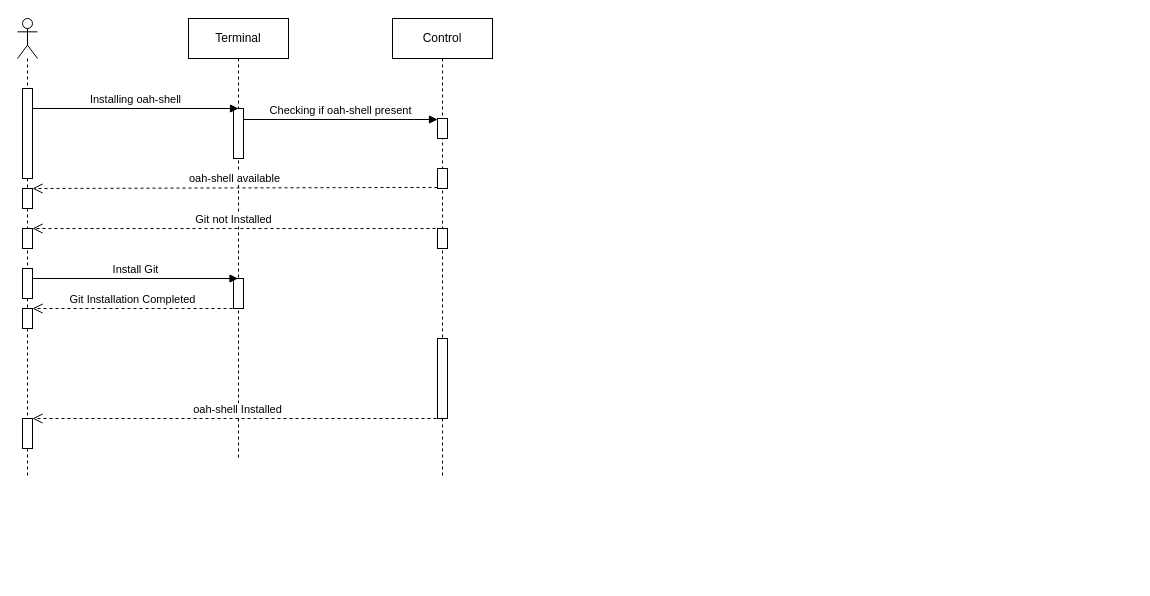
pramit-d/oah-bes-vm keeps this draw.io diagram as docs/sequence_diagram.drawio. Above is the earlier version. Source tidied: cells renumbered, new cells numbered last; positions are measured from the earlier drawing's top-left corner, leaving out a move shared by most shapes. Both pictures are drawn from the tidied source at 100%, with x=0, y=0 at pixel (17, 18).
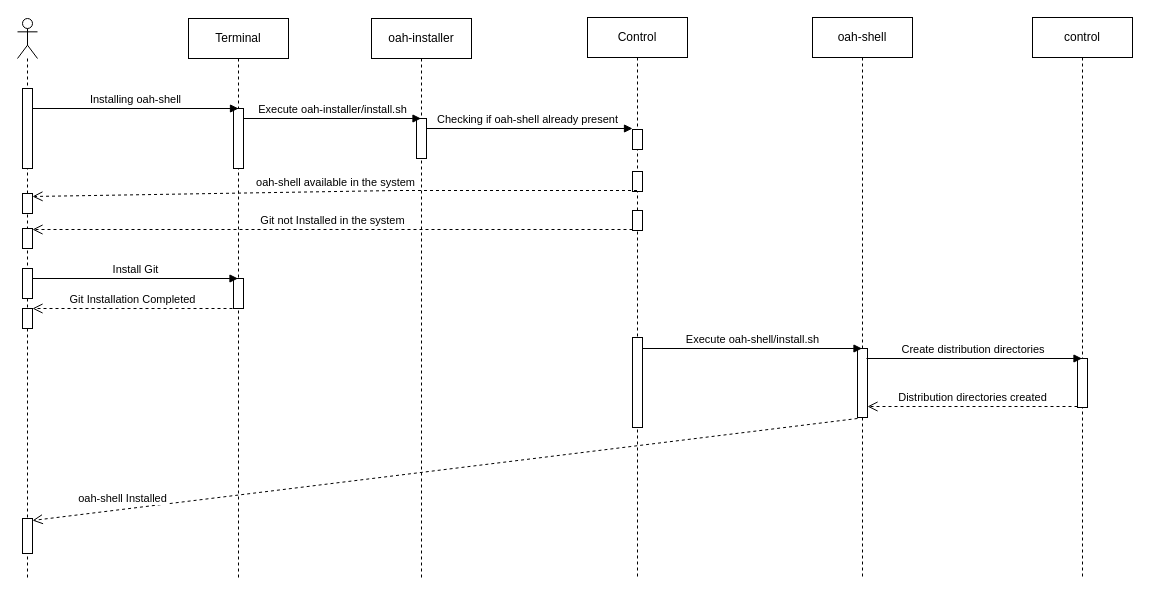
The same diagram, later.

Unchanged cells that the change refers to:
```xml
<mxCell id="13" style="html=1;points=[[0,0,0,0,5],[0,1,0,0,-5],[1,0,0,0,5],[1,1,0,0,-5]];perimeter=orthogonalPerimeter;outlineConnect=0;targetShapes=umlLifeline;portConstraint=eastwest;newEdgeStyle={&quot;curved&quot;:0,&quot;rounded&quot;:0};" parent="10" vertex="1">
  <mxGeometry x="5" y="210" width="10" height="20" as="geometry" />
</mxCell>
```

Change to the diagram source:
```diff
@@
     <mxCell id="2" value="Terminal" style="shape=umlLifeline;perimeter=lifelinePerimeter;whiteSpace=wrap;html=1;outlineConnect=0;portConstraint=eastwest;newEdgeStyle={&quot;curved&quot;:0,&quot;rounded&quot;:0};" parent="1" vertex="1">
-      <mxGeometry x="171" width="100" height="440" as="geometry" />
+      <mxGeometry x="171" width="100" height="560" as="geometry" />
     </mxCell>
     <mxCell id="3" style="html=1;points=[[0,0,0,0,5],[0,1,0,0,-5],[1,0,0,0,5],[1,1,0,0,-5]];perimeter=orthogonalPerimeter;outlineConnect=0;targetShapes=umlLifeline;portConstraint=eastwest;newEdgeStyle={&quot;curved&quot;:0,&quot;rounded&quot;:0};" parent="2" vertex="1">
-      <mxGeometry x="45" y="90" width="10" height="50" as="geometry" />
+      <mxGeometry x="45" y="90" width="10" height="60" as="geometry" />
     </mxCell>
@@
     <mxCell id="5" value="Control" style="shape=umlLifeline;perimeter=lifelinePerimeter;whiteSpace=wrap;html=1;newEdgeStyle={&quot;curved&quot;:0,&quot;rounded&quot;:0};" parent="1" vertex="1">
-      <mxGeometry x="375" width="100" height="460" as="geometry" />
+      <mxGeometry x="570" y="-1" width="100" height="561" as="geometry" />
     </mxCell>
     <mxCell id="6" style="html=1;perimeter=orthogonalPerimeter;targetShapes=umlLifeline;newEdgeStyle={&quot;curved&quot;:0,&quot;rounded&quot;:0};" parent="5" vertex="1">
-      <mxGeometry x="45" y="100" width="10" height="20" as="geometry" />
+      <mxGeometry x="45" y="112" width="10" height="20" as="geometry" />
     </mxCell>
     <mxCell id="7" style="html=1;perimeter=orthogonalPerimeter;targetShapes=umlLifeline;newEdgeStyle={&quot;curved&quot;:0,&quot;rounded&quot;:0};" parent="5" vertex="1">
-      <mxGeometry x="45" y="150" width="10" height="20" as="geometry" />
+      <mxGeometry x="45" y="154" width="10" height="20" as="geometry" />
     </mxCell>
     <mxCell id="8" style="html=1;perimeter=orthogonalPerimeter;targetShapes=umlLifeline;newEdgeStyle={&quot;curved&quot;:0,&quot;rounded&quot;:0};" parent="5" vertex="1">
-      <mxGeometry x="45" y="210" width="10" height="20" as="geometry" />
+      <mxGeometry x="45" y="193" width="10" height="20" as="geometry" />
     </mxCell>
     <mxCell id="9" style="html=1;perimeter=orthogonalPerimeter;targetShapes=umlLifeline;newEdgeStyle={&quot;curved&quot;:0,&quot;rounded&quot;:0};" parent="5" vertex="1">
-      <mxGeometry x="45" y="320" width="10" height="80" as="geometry" />
+      <mxGeometry x="45" y="320" width="10" height="90" as="geometry" />
     </mxCell>
     <mxCell id="10" style="shape=umlLifeline;perimeter=lifelinePerimeter;whiteSpace=wrap;html=1;newEdgeStyle={&quot;curved&quot;:0,&quot;rounded&quot;:0};participant=umlActor;" parent="1" vertex="1">
-      <mxGeometry width="20" height="460" as="geometry" />
+      <mxGeometry width="20" height="560" as="geometry" />
     </mxCell>
     <mxCell id="11" style="html=1;perimeter=orthogonalPerimeter;targetShapes=umlLifeline;newEdgeStyle={&quot;curved&quot;:0,&quot;rounded&quot;:0};" parent="10" vertex="1">
-      <mxGeometry x="5" y="70" width="10" height="90" as="geometry" />
+      <mxGeometry x="5" y="70" width="10" height="80" as="geometry" />
     </mxCell>
     <mxCell id="12" style="html=1;points=[[0,0,0,0,5],[0,1,0,0,-5],[1,0,0,0,5],[1,1,0,0,-5]];perimeter=orthogonalPerimeter;outlineConnect=0;targetShapes=umlLifeline;portConstraint=eastwest;newEdgeStyle={&quot;curved&quot;:0,&quot;rounded&quot;:0};" parent="10" vertex="1">
-      <mxGeometry x="5" y="170" width="10" height="20" as="geometry" />
+      <mxGeometry x="5" y="175" width="10" height="20" as="geometry" />
     </mxCell>
@@
     <mxCell id="16" style="html=1;points=[[0,0,0,0,5],[0,1,0,0,-5],[1,0,0,0,5],[1,1,0,0,-5]];perimeter=orthogonalPerimeter;outlineConnect=0;targetShapes=umlLifeline;portConstraint=eastwest;newEdgeStyle={&quot;curved&quot;:0,&quot;rounded&quot;:0};" parent="10" vertex="1">
-      <mxGeometry x="5" y="400" width="10" height="30" as="geometry" />
+      <mxGeometry x="5" y="500" width="10" height="35" as="geometry" />
     </mxCell>
@@
-    <mxCell id="18" value="Checking if oah-shell present" style="html=1;verticalAlign=bottom;endArrow=block;curved=0;rounded=0;entryX=0;entryY=0;entryDx=0;entryDy=5;entryPerimeter=0;" parent="1" edge="1">
+    <mxCell id="18" value="Checking if oah-shell already present" style="html=1;verticalAlign=bottom;endArrow=block;curved=0;rounded=0;entryX=0;entryY=0;entryDx=0;entryDy=5;entryPerimeter=0;" parent="1" edge="1" source="24">
       <mxGeometry relative="1" as="geometry">
-        <mxPoint x="226" y="101" as="sourcePoint" />
-        <mxPoint x="420" y="101" as="targetPoint" />
+        <mxPoint x="615" y="110" as="targetPoint" />
       </mxGeometry>
     </mxCell>
-    <mxCell id="19" value="oah-shell available" style="html=1;verticalAlign=bottom;endArrow=open;dashed=1;endSize=8;curved=0;rounded=0;" parent="1" edge="1" target="12">
+    <mxCell id="19" value="oah-shell available in the system" style="html=1;verticalAlign=bottom;endArrow=open;dashed=1;endSize=8;curved=0;rounded=0;" parent="1" edge="1">
       <mxGeometry relative="1" as="geometry">
-        <mxPoint x="420" y="169" as="sourcePoint" />
+        <mxPoint x="619.5" y="172" as="sourcePoint" />
+        <mxPoint x="15" y="178" as="targetPoint" />
         <Array as="points">
-          <mxPoint x="380" y="169" />
+          <mxPoint x="380" y="172" />
         </Array>
       </mxGeometry>
     </mxCell>
-    <mxCell id="20" value="Git not Installed" style="html=1;verticalAlign=bottom;endArrow=open;dashed=1;endSize=8;curved=0;rounded=0;" parent="1" edge="1" target="13">
+    <mxCell id="20" value="Git not Installed in the system" style="html=1;verticalAlign=bottom;endArrow=open;dashed=1;endSize=8;curved=0;rounded=0;exitX=0;exitY=1;exitDx=0;exitDy=-5;exitPerimeter=0;" parent="1" edge="1" target="13">
       <mxGeometry relative="1" as="geometry">
-        <mxPoint x="418" y="210" as="sourcePoint" />
+        <mxPoint x="615" y="211" as="sourcePoint" />
       </mxGeometry>
     </mxCell>
@@
-    <mxCell id="23" value="oah-shell Installed" style="html=1;verticalAlign=bottom;endArrow=open;dashed=1;endSize=8;curved=0;rounded=0;" parent="1" edge="1" target="16">
-      <mxGeometry relative="1" as="geometry">
-        <mxPoint x="425" y="400" as="sourcePoint" />
+    <mxCell id="23" value="oah-shell Installed" style="html=1;verticalAlign=bottom;endArrow=open;dashed=1;endSize=8;curved=0;rounded=0;" parent="1" edge="1">
+      <mxGeometry x="0.78" y="-2" relative="1" as="geometry">
+        <mxPoint x="840" y="400" as="sourcePoint" />
+        <mxPoint x="15" y="502" as="targetPoint" />
       </mxGeometry>
     </mxCell>
+    <mxCell id="24" value="oah-installer" style="shape=umlLifeline;perimeter=lifelinePerimeter;whiteSpace=wrap;html=1;outlineConnect=0;portConstraint=eastwest;newEdgeStyle={&quot;curved&quot;:0,&quot;rounded&quot;:0};" parent="1" vertex="1">
+      <mxGeometry x="354" width="100" height="560" as="geometry" />
+    </mxCell>
+    <mxCell id="25" style="html=1;perimeter=orthogonalPerimeter;targetShapes=umlLifeline;newEdgeStyle={&quot;curved&quot;:0,&quot;rounded&quot;:0};" parent="24" vertex="1">
+      <mxGeometry x="45" y="100" width="10" height="40" as="geometry" />
+    </mxCell>
+    <mxCell id="26" value="Execute oah-installer/install.sh" style="html=1;verticalAlign=bottom;endArrow=block;curved=0;rounded=0;exitX=1;exitY=0;exitDx=0;exitDy=5;exitPerimeter=0;" parent="1" edge="1">
+      <mxGeometry relative="1" as="geometry">
+        <mxPoint x="226" y="100" as="sourcePoint" />
+        <mxPoint x="403.5" y="100" as="targetPoint" />
+      </mxGeometry>
+    </mxCell>
+    <mxCell id="27" value="oah-shell" style="shape=umlLifeline;perimeter=lifelinePerimeter;whiteSpace=wrap;html=1;outlineConnect=0;portConstraint=eastwest;newEdgeStyle={&quot;curved&quot;:0,&quot;rounded&quot;:0};" parent="1" vertex="1">
+      <mxGeometry x="795" y="-1" width="100" height="561" as="geometry" />
+    </mxCell>
+    <mxCell id="28" style="html=1;points=[[0,0,0,0,5],[0,1,0,0,-5],[1,0,0,0,5],[1,1,0,0,-5]];perimeter=orthogonalPerimeter;outlineConnect=0;targetShapes=umlLifeline;portConstraint=eastwest;newEdgeStyle={&quot;curved&quot;:0,&quot;rounded&quot;:0};" parent="27" vertex="1">
+      <mxGeometry x="45" y="331" width="10" height="69" as="geometry" />
+    </mxCell>
+    <mxCell id="29" value="control" style="shape=umlLifeline;perimeter=lifelinePerimeter;whiteSpace=wrap;html=1;outlineConnect=0;portConstraint=eastwest;newEdgeStyle={&quot;curved&quot;:0,&quot;rounded&quot;:0};" parent="1" vertex="1">
+      <mxGeometry x="1015" y="-1" width="100" height="561" as="geometry" />
+    </mxCell>
+    <mxCell id="30" style="html=1;perimeter=orthogonalPerimeter;targetShapes=umlLifeline;newEdgeStyle={&quot;curved&quot;:0,&quot;rounded&quot;:0};" parent="29" vertex="1">
+      <mxGeometry x="45" y="341" width="10" height="49" as="geometry" />
+    </mxCell>
+    <mxCell id="31" value="Execute oah-shell/install.sh" style="html=1;verticalAlign=bottom;endArrow=block;curved=0;rounded=0;" parent="1" edge="1" target="27">
+      <mxGeometry relative="1" as="geometry">
+        <mxPoint x="625" y="330" as="sourcePoint" />
+      </mxGeometry>
+    </mxCell>
+    <mxCell id="32" value="Create distribution directories&amp;nbsp;" style="html=1;verticalAlign=bottom;endArrow=block;curved=0;rounded=0;" parent="1" edge="1" target="29">
+      <mxGeometry relative="1" as="geometry">
+        <mxPoint x="849" y="340" as="sourcePoint" />
+      </mxGeometry>
+    </mxCell>
+    <mxCell id="33" value="Distribution directories created" style="html=1;verticalAlign=bottom;endArrow=open;dashed=1;endSize=8;curved=0;rounded=0;" parent="1" edge="1" target="28">
+      <mxGeometry relative="1" as="geometry">
+        <mxPoint x="1060" y="388" as="sourcePoint" />
+      </mxGeometry>
+    </mxCell>
```
